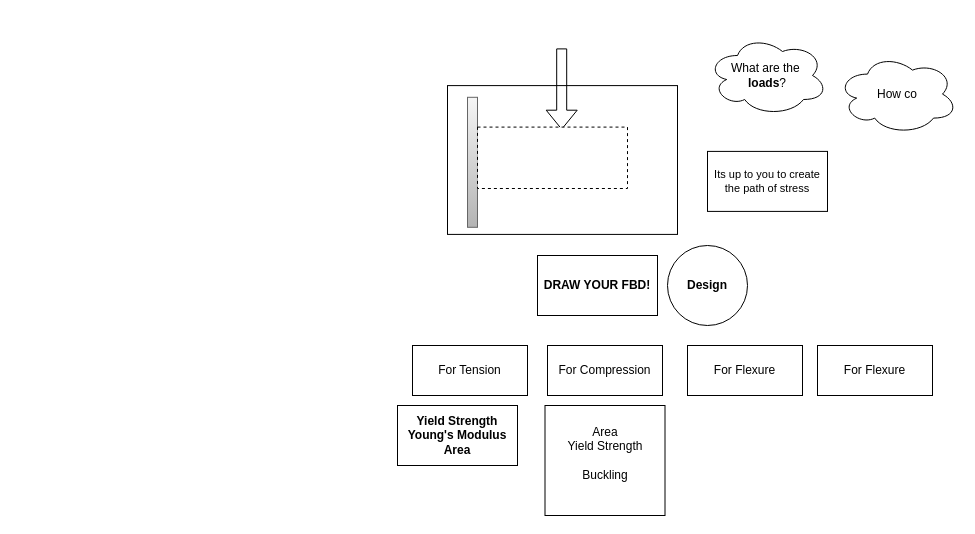
em329-unity/MindMaps keeps this draw.io diagram as Materials.drawio. Above is the earlier version. Source tidied: cells renumbered, new cells numbered last; positions are measured from the earlier drawing's top-left corner, leaving out a move shared by most shapes. Both pictures are drawn from the tidied source at 100%, with x=0, y=0 at pixel (397, 35).
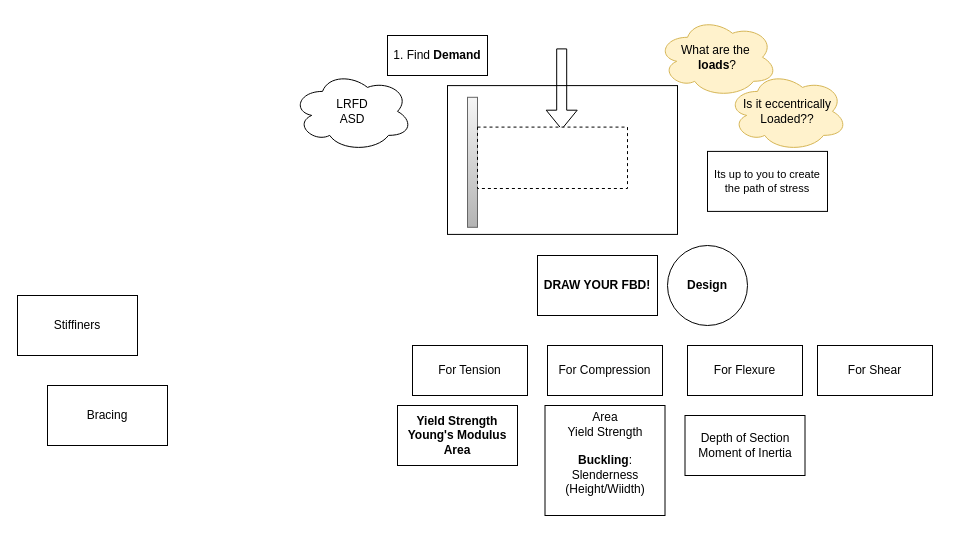
The same page after the edit.

What changed in the source:
```diff
@@
-    <mxCell id="3" value="What are the&amp;nbsp;&lt;div&gt;&lt;b&gt;loads&lt;/b&gt;?&lt;/div&gt;" style="ellipse;shape=cloud;whiteSpace=wrap;html=1;" parent="1" vertex="1">
-      <mxGeometry x="310" width="120" height="80" as="geometry" />
+    <mxCell id="3" value="What are the&amp;nbsp;&lt;div&gt;&lt;b&gt;loads&lt;/b&gt;?&lt;/div&gt;" style="ellipse;shape=cloud;whiteSpace=wrap;html=1;fillColor=#fff2cc;strokeColor=#d6b656;" parent="1" vertex="1">
+      <mxGeometry x="260" y="-18.2" width="120" height="80" as="geometry" />
     </mxCell>
@@
-    <mxCell id="9" value="How co" style="ellipse;shape=cloud;whiteSpace=wrap;html=1;" parent="1" vertex="1">
-      <mxGeometry x="440" y="18.6" width="120" height="80" as="geometry" />
+    <mxCell id="9" value="Is it eccentrically Loaded??" style="ellipse;shape=cloud;whiteSpace=wrap;html=1;fillColor=#fff2cc;strokeColor=#d6b656;" parent="1" vertex="1">
+      <mxGeometry x="330" y="35.9" width="120" height="80" as="geometry" />
     </mxCell>
@@
-    <mxCell id="13" value="For Flexure" style="rounded=0;whiteSpace=wrap;html=1;" parent="1" vertex="1">
+    <mxCell id="13" value="For Shear" style="rounded=0;whiteSpace=wrap;html=1;" parent="1" vertex="1">
       <mxGeometry x="420" y="310" width="115" height="50" as="geometry" />
     </mxCell>
@@
-    <mxCell id="15" value="Area&lt;div&gt;Yield Strength&lt;div&gt;&lt;br&gt;&lt;/div&gt;&lt;div&gt;Buckling&lt;/div&gt;&lt;div&gt;&lt;br&gt;&lt;/div&gt;&lt;/div&gt;" style="whiteSpace=wrap;html=1;" parent="1" vertex="1">
+    <mxCell id="15" value="Area&lt;div&gt;Yield Strength&lt;div&gt;&lt;br&gt;&lt;/div&gt;&lt;div&gt;&lt;b&gt;Buckling&lt;/b&gt;:&lt;/div&gt;&lt;div&gt;Slenderness (Height/Wiidth)&lt;/div&gt;&lt;div&gt;&lt;br&gt;&lt;/div&gt;&lt;/div&gt;" style="whiteSpace=wrap;html=1;" parent="1" vertex="1">
       <mxGeometry x="147.5" y="370" width="120" height="110" as="geometry" />
     </mxCell>
@@
+    <mxCell id="17" value="1. Find &lt;b&gt;Demand&lt;/b&gt;" style="whiteSpace=wrap;html=1;" parent="1" vertex="1">
+      <mxGeometry x="-10" width="100" height="40" as="geometry" />
+    </mxCell>
+    <mxCell id="18" value="LRFD&lt;div&gt;ASD&lt;/div&gt;" style="ellipse;shape=cloud;whiteSpace=wrap;html=1;" parent="1" vertex="1">
+      <mxGeometry x="-105" y="35.9" width="120" height="80" as="geometry" />
+    </mxCell>
+    <mxCell id="19" value="Stiffiners" style="whiteSpace=wrap;html=1;" parent="1" vertex="1">
+      <mxGeometry x="-380" y="260" width="120" height="60" as="geometry" />
+    </mxCell>
+    <mxCell id="20" value="Bracing" style="whiteSpace=wrap;html=1;" parent="1" vertex="1">
+      <mxGeometry x="-350" y="350" width="120" height="60" as="geometry" />
+    </mxCell>
+    <mxCell id="21" value="Depth of Section&lt;div&gt;Moment of Inertia&lt;/div&gt;" style="whiteSpace=wrap;html=1;" parent="1" vertex="1">
+      <mxGeometry x="287.5" y="380" width="120" height="60" as="geometry" />
+    </mxCell>
```
